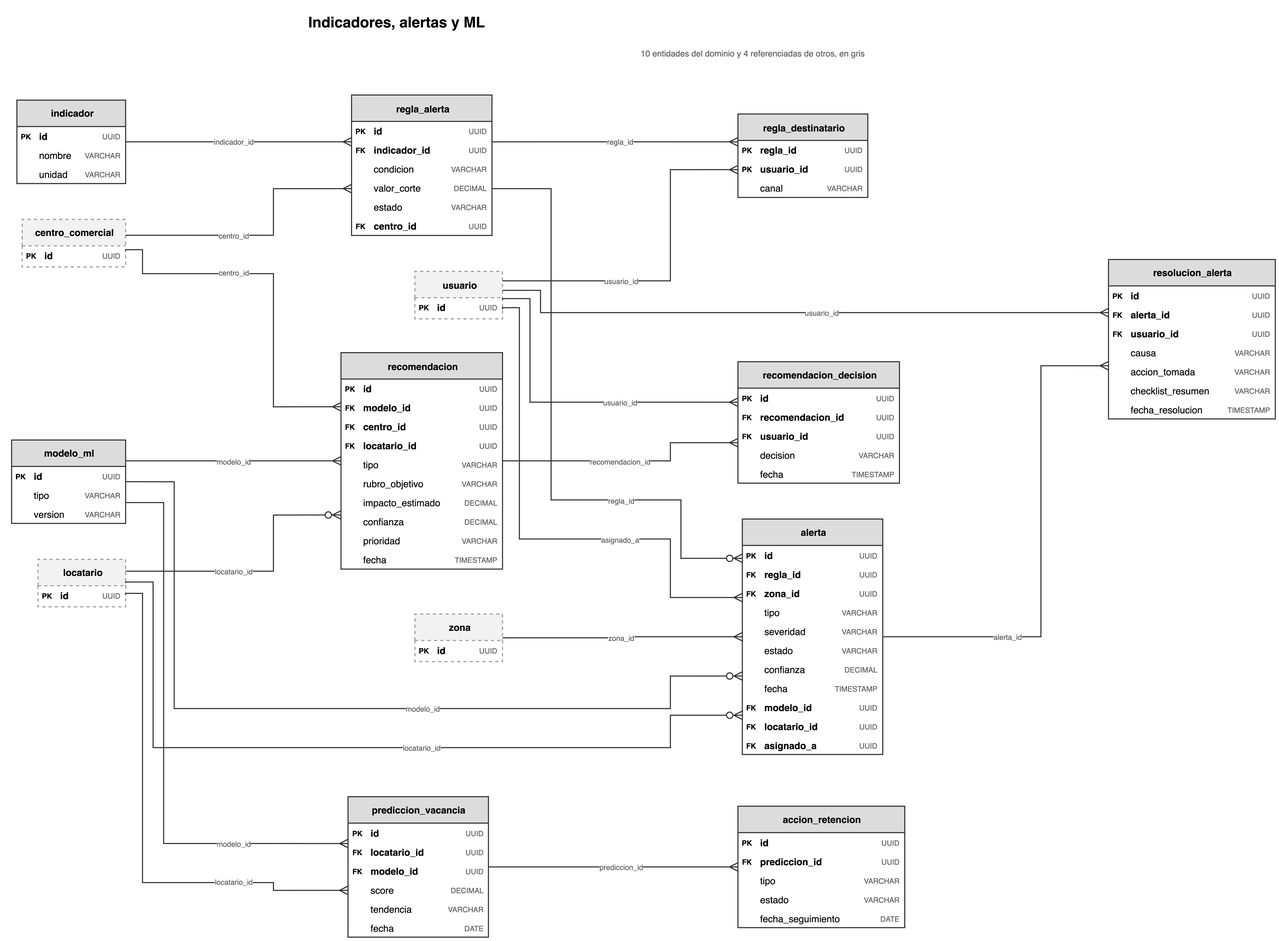
Earlier version of the draw.io export STF/STF/Primera entrega/diagramas/der_analitica.drawio.png (javieravellanedaa/ShopMetrics-TFI). Source tidied: cells renumbered, new cells last; positions are measured from the earlier drawing's top-left corner, leaving out a move shared by most shapes.
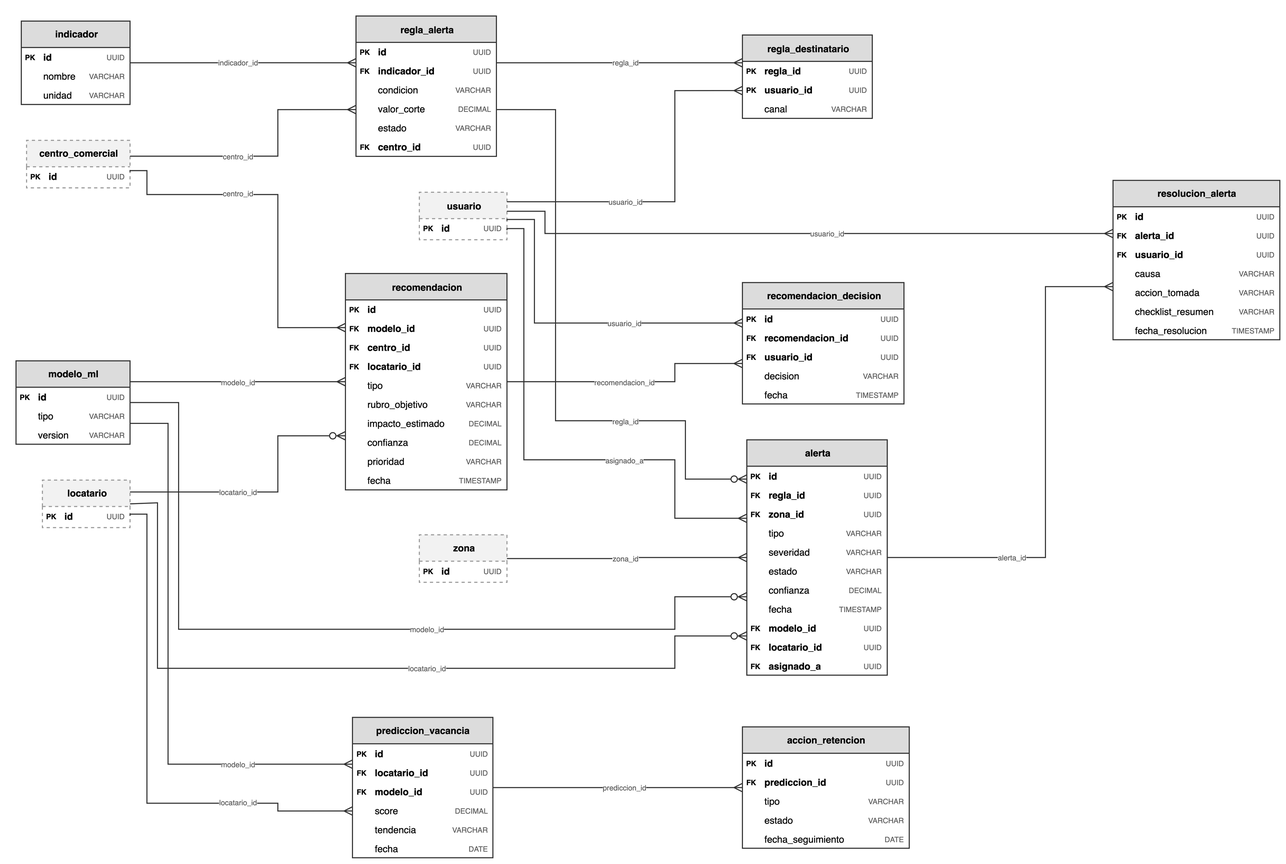
Above is the later version.

Change to the diagram source:
```diff
@@ -2,12 +2,6 @@
   <root>
     <mxCell id="0" />
     <mxCell id="1" parent="0" />
-    <mxCell id="2" value="Indicadores, alertas y ML" style="text;html=1;align=left;verticalAlign=middle;fontSize=14;fontStyle=1;fontColor=#000000;" parent="1" vertex="1">
-      <mxGeometry x="278.5" width="640" height="22" as="geometry" />
-    </mxCell>
-    <mxCell id="3" value="10 entidades del dominio y 4 referenciadas de otros, en gris" style="text;html=1;align=right;verticalAlign=middle;fontSize=8;fontColor=#606060;" parent="1" vertex="1">
-      <mxGeometry x="388.5" y="32" width="420" height="18" as="geometry" />
-    </mxCell>
     <mxCell id="4" value="indicador" style="shape=table;startSize=25;rowLines=0;columnLines=0;html=1;whiteSpace=nowrap;fillColor=#DCDCDC;strokeColor=#333333;fontColor=#000000;fontSize=9;fontStyle=1;align=center;swimlaneFillColor=#FFFFFF;" parent="1" vertex="1">
       <mxGeometry x="5" y="84.8" width="103" height="79" as="geometry" />
     </mxCell>
```
